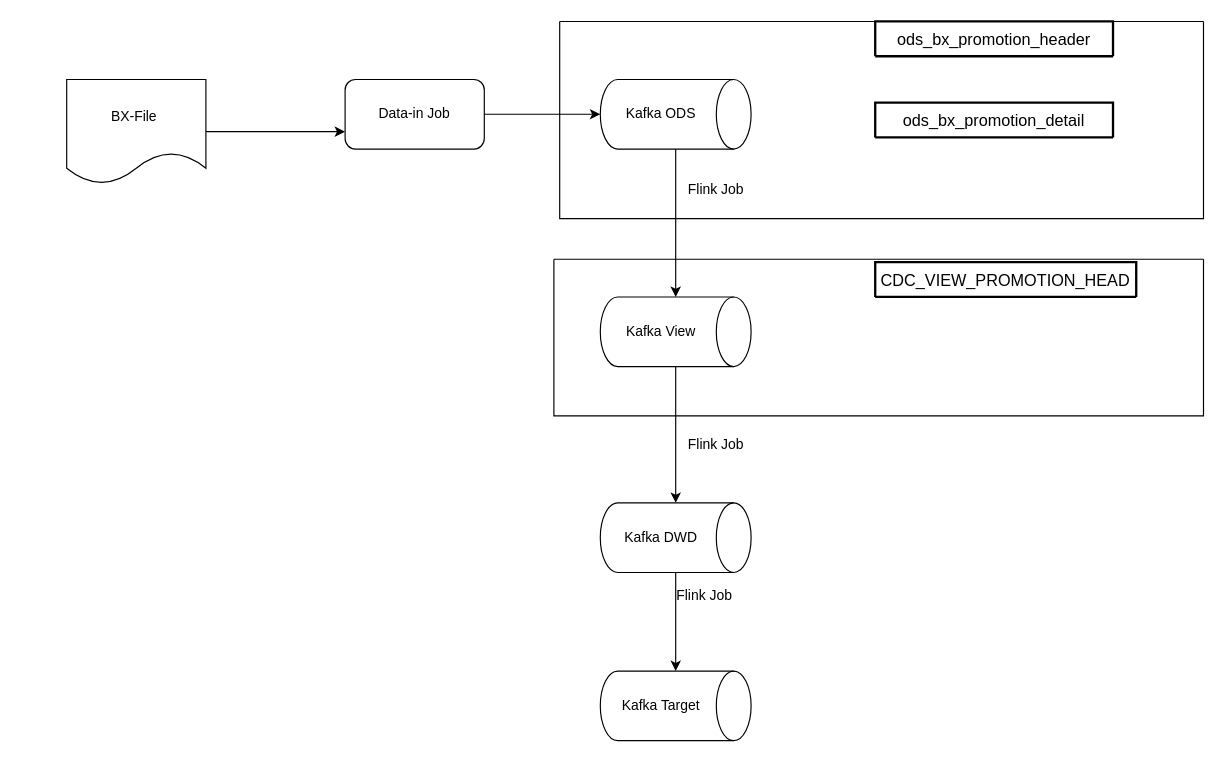
Before: BX-File import.drawio in lukelongcn/drawio, a draw.io diagram. Source tidied: cells renumbered, new cells numbered last; positions are measured from the earlier drawing's top-left corner, leaving out a move shared by most shapes. Both pictures are drawn from the tidied source at 116%, with x=0, y=0 at pixel (66, 21).
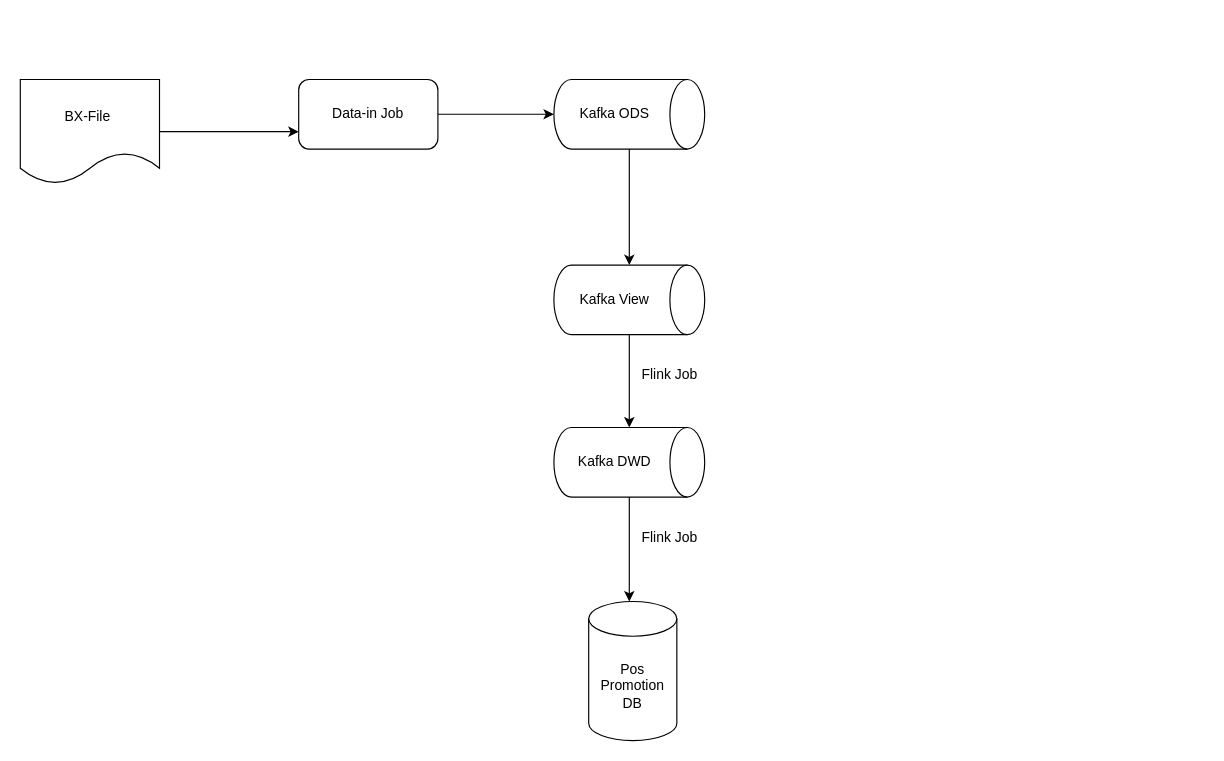
Above is the later version.

Diff of the diagram source:
```diff
@@
     <mxCell id="3" value="BX-File&amp;nbsp;" style="shape=document;whiteSpace=wrap;html=1;boundedLbl=1;" parent="1" vertex="1">
-      <mxGeometry y="50" width="120" height="90" as="geometry" />
+      <mxGeometry x="-40" y="50" width="120" height="90" as="geometry" />
     </mxCell>
@@
     <mxCell id="5" value="Data-in Job" style="rounded=1;whiteSpace=wrap;html=1;" parent="1" vertex="1">
-      <mxGeometry x="240" y="50" width="120" height="60" as="geometry" />
+      <mxGeometry x="200" y="50" width="120" height="60" as="geometry" />
     </mxCell>
@@
     <mxCell id="7" value="Kafka ODS" style="shape=cylinder3;whiteSpace=wrap;html=1;boundedLbl=1;backgroundOutline=1;size=15;direction=south;" parent="1" vertex="1">
-      <mxGeometry x="460" y="50" width="130" height="60" as="geometry" />
+      <mxGeometry x="420" y="50" width="130" height="60" as="geometry" />
     </mxCell>
@@
+    <mxCell id="19" value="Kafka View" style="shape=cylinder3;whiteSpace=wrap;html=1;boundedLbl=1;backgroundOutline=1;size=15;direction=south;" parent="1" vertex="1">
+      <mxGeometry x="420" y="210" width="130" height="60" as="geometry" />
+    </mxCell>
-    <mxCell id="9" style="edgeStyle=orthogonalEdgeStyle;rounded=0;jettySize=auto;html=1;" parent="1" edge="1" source="10" target="11">
-      <mxGeometry relative="1" as="geometry" />
+    <mxCell id="9" style="edgeStyle=orthogonalEdgeStyle;rounded=0;jettySize=auto;html=1;" parent="1" edge="1" source="10">
+      <mxGeometry relative="1" as="geometry">
+        <mxPoint x="485" y="500" as="targetPoint" />
+      </mxGeometry>
     </mxCell>
     <mxCell id="10" value="Kafka DWD" style="shape=cylinder3;whiteSpace=wrap;html=1;boundedLbl=1;backgroundOutline=1;size=15;direction=south;" parent="1" vertex="1">
-      <mxGeometry x="460" y="415" width="130" height="60" as="geometry" />
+      <mxGeometry x="420" y="350" width="130" height="60" as="geometry" />
     </mxCell>
-    <mxCell id="11" value="Kafka Target" style="shape=cylinder3;whiteSpace=wrap;html=1;boundedLbl=1;backgroundOutline=1;size=15;direction=south;" parent="1" vertex="1">
-      <mxGeometry x="460" y="560" width="130" height="60" as="geometry" />
-    </mxCell>
-    <mxCell id="12" style="swimlane;startSize=0;" parent="1" vertex="1">
-      <mxGeometry x="425" width="555" height="170" as="geometry" />
-    </mxCell>
-    <mxCell id="13" value="Flink Job" style="text;html=1;strokeColor=none;fillColor=none;align=center;verticalAlign=middle;whiteSpace=wrap;rounded=0;" parent="12" vertex="1">
-      <mxGeometry x="105" y="130" width="60" height="30" as="geometry" />
-    </mxCell>
-    <mxCell id="14" value="ods_bx_promotion_header" style="swimlane;horizontal=1;startSize=30;rounded=1;fontSize=14;fontStyle=0;strokeWidth=2;shadow=0;dashed=0;align=center;" parent="12" vertex="1">
-      <mxGeometry x="272" width="205" height="30" as="geometry" />
-    </mxCell>
-    <mxCell id="15" value="ods_bx_promotion_detail" style="swimlane;horizontal=1;startSize=30;rounded=1;fontSize=14;fontStyle=0;strokeWidth=2;shadow=0;dashed=0;align=center;" parent="12" vertex="1">
-      <mxGeometry x="272" y="70" width="205" height="30" as="geometry" />
-    </mxCell>
     <mxCell id="16" value="Flink Job" style="text;html=1;strokeColor=none;fillColor=none;align=center;verticalAlign=middle;whiteSpace=wrap;rounded=0;" parent="1" vertex="1">
-      <mxGeometry x="530" y="350" width="60" height="30" as="geometry" />
+      <mxGeometry x="490" y="290" width="60" height="30" as="geometry" />
     </mxCell>
     <mxCell id="17" value="Flink Job" style="text;html=1;strokeColor=none;fillColor=none;align=center;verticalAlign=middle;whiteSpace=wrap;rounded=0;" parent="1" vertex="1">
-      <mxGeometry x="520" y="480" width="60" height="30" as="geometry" />
+      <mxGeometry x="490" y="430" width="60" height="30" as="geometry" />
     </mxCell>
-    <mxCell id="18" style="swimlane;startSize=0;" parent="1" vertex="1">
-      <mxGeometry x="420" y="205" width="560" height="135" as="geometry" />
-    </mxCell>
-    <mxCell id="19" value="Kafka View" style="shape=cylinder3;whiteSpace=wrap;html=1;boundedLbl=1;backgroundOutline=1;size=15;direction=south;" parent="18" vertex="1">
-      <mxGeometry x="40" y="32.5" width="130" height="60" as="geometry" />
-    </mxCell>
-    <mxCell id="20" value="CDC_VIEW_PROMOTION_HEAD" style="swimlane;horizontal=1;startSize=30;rounded=1;fontSize=14;fontStyle=0;strokeWidth=2;shadow=0;dashed=0;align=center;" parent="18" vertex="1">
-      <mxGeometry x="277" y="2.5" width="225" height="30" as="geometry" />
-    </mxCell>
+    <mxCell id="21" value="Pos Promotion DB" style="shape=cylinder3;whiteSpace=wrap;html=1;boundedLbl=1;backgroundOutline=1;size=15;" parent="1" vertex="1">
+      <mxGeometry x="450" y="500" width="76" height="120" as="geometry" />
+    </mxCell>
```
